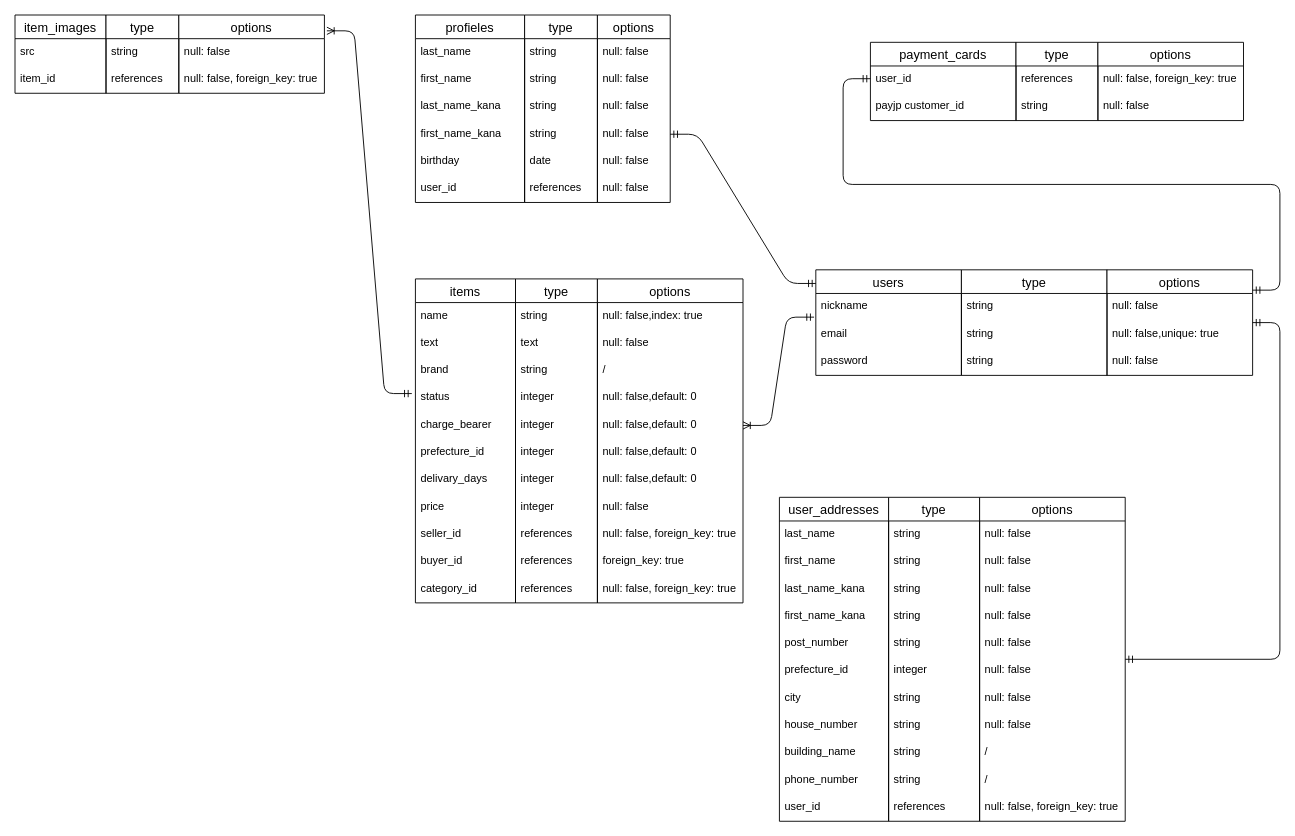
bakuchunin/furima-35792 keeps this draw.io diagram as ー/FURIMA-35792.dio. Above is the earlier version. Source tidied: cells renumbered, new cells numbered last; positions are measured from the earlier drawing's top-left corner, leaving out a move shared by most shapes. Both pictures are drawn from the tidied source at 91%, with x=0, y=0 at pixel (15, 15).
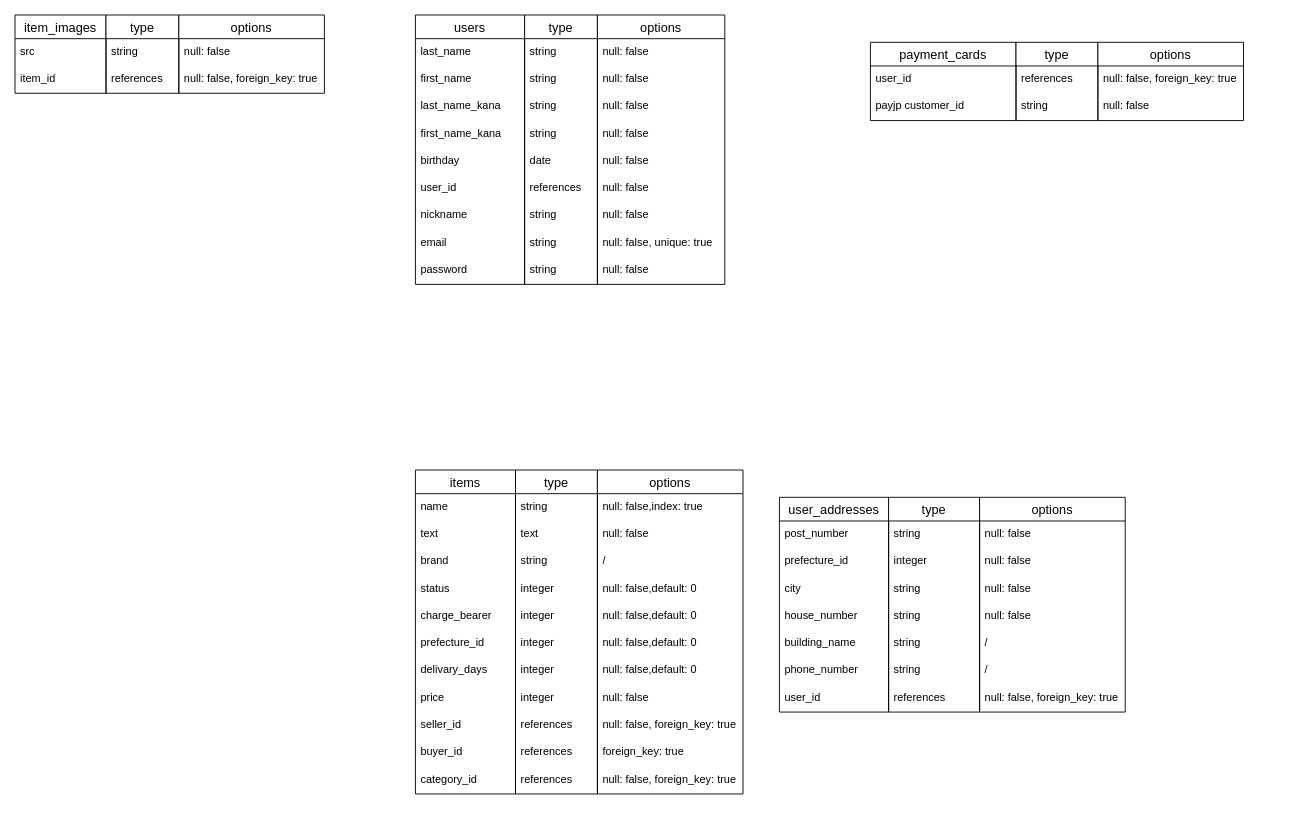
The same page after the edit.

The change refers to these unchanged cells:
```xml
<mxCell id="27" value="status" style="text;strokeColor=none;fillColor=none;spacingLeft=4;spacingRight=4;overflow=hidden;points=[[0,0.5],[1,0.5]];portConstraint=eastwest;fontSize=12;" parent="23" vertex="1">
  <mxGeometry y="116" width="110" height="30" as="geometry" />
</mxCell>
<mxCell id="52" value="null: false,default: 0" style="text;strokeColor=none;fillColor=none;spacingLeft=4;spacingRight=4;overflow=hidden;points=[[0,0.5],[1,0.5]];portConstraint=eastwest;fontSize=12;" parent="47" vertex="1">
  <mxGeometry y="146" width="160" height="30" as="geometry" />
</mxCell>
<mxCell id="115" value="options" style="swimlane;fontStyle=0;horizontal=1;startSize=26;align=center;fontSize=14;" parent="1" vertex="1">
  <mxGeometry x="180" width="160" height="86" as="geometry" />
</mxCell>
```

What changed in the source:
```diff
@@
-    <mxCell id="2" value="profieles" style="swimlane;fontStyle=0;horizontal=1;startSize=26;align=center;fontSize=14;" parent="1" vertex="1">
-      <mxGeometry x="440" width="120" height="206" as="geometry" />
+    <mxCell id="2" value="users" style="swimlane;fontStyle=0;horizontal=1;startSize=26;align=center;fontSize=14;" parent="1" vertex="1">
+      <mxGeometry x="440" width="120" height="296" as="geometry" />
     </mxCell>
@@
+    <mxCell id="60" value="nickname" style="text;strokeColor=none;fillColor=none;spacingLeft=4;spacingRight=4;overflow=hidden;points=[[0,0.5],[1,0.5]];portConstraint=eastwest;fontSize=12;" parent="2" vertex="1">
+      <mxGeometry y="206" width="120" height="30" as="geometry" />
+    </mxCell>
+    <mxCell id="61" value="email" style="text;strokeColor=none;fillColor=none;spacingLeft=4;spacingRight=4;overflow=hidden;fontSize=12;" parent="2" vertex="1">
+      <mxGeometry y="236" width="120" height="30" as="geometry" />
+    </mxCell>
+    <mxCell id="62" value="password" style="text;strokeColor=none;fillColor=none;spacingLeft=4;spacingRight=4;overflow=hidden;fontSize=12;" parent="2" vertex="1">
+      <mxGeometry y="266" width="120" height="30" as="geometry" />
+    </mxCell>
     <mxCell id="9" value="type" style="swimlane;fontStyle=0;horizontal=1;startSize=26;align=center;fontSize=14;" parent="1" vertex="1">
-      <mxGeometry x="560" width="80" height="206" as="geometry" />
+      <mxGeometry x="560" width="80" height="296" as="geometry" />
     </mxCell>
@@
+    <mxCell id="130" value="string" style="text;strokeColor=none;fillColor=none;spacingLeft=4;spacingRight=4;overflow=hidden;fontSize=12;" parent="9" vertex="1">
+      <mxGeometry y="206" width="80" height="30" as="geometry" />
+    </mxCell>
+    <mxCell id="131" value="string" style="text;strokeColor=none;fillColor=none;spacingLeft=4;spacingRight=4;overflow=hidden;fontSize=12;" parent="9" vertex="1">
+      <mxGeometry y="236" width="80" height="30" as="geometry" />
+    </mxCell>
+    <mxCell id="132" value="string" style="text;strokeColor=none;fillColor=none;spacingLeft=4;spacingRight=4;overflow=hidden;fontSize=12;" parent="9" vertex="1">
+      <mxGeometry y="266" width="80" height="30" as="geometry" />
+    </mxCell>
     <mxCell id="16" value="options" style="swimlane;fontStyle=0;horizontal=1;startSize=26;align=center;fontSize=14;" parent="1" vertex="1">
-      <mxGeometry x="640" width="80" height="206" as="geometry" />
+      <mxGeometry x="640" width="140" height="296" as="geometry" />
     </mxCell>
     <mxCell id="17" value="null: false" style="text;strokeColor=none;fillColor=none;spacingLeft=4;spacingRight=4;overflow=hidden;fontSize=12;" parent="16" vertex="1">
-      <mxGeometry y="26" width="80" height="30" as="geometry" />
+      <mxGeometry y="26" width="140" height="30" as="geometry" />
     </mxCell>
     <mxCell id="18" value="null: false" style="text;strokeColor=none;fillColor=none;spacingLeft=4;spacingRight=4;overflow=hidden;fontSize=12;" parent="16" vertex="1">
-      <mxGeometry y="56" width="80" height="30" as="geometry" />
+      <mxGeometry y="56" width="140" height="30" as="geometry" />
     </mxCell>
     <mxCell id="19" value="null: false" style="text;strokeColor=none;fillColor=none;spacingLeft=4;spacingRight=4;overflow=hidden;fontSize=12;" parent="16" vertex="1">
-      <mxGeometry y="86" width="80" height="30" as="geometry" />
+      <mxGeometry y="86" width="140" height="30" as="geometry" />
     </mxCell>
     <mxCell id="20" value="null: false" style="text;strokeColor=none;fillColor=none;spacingLeft=4;spacingRight=4;overflow=hidden;points=[[0,0.5],[1,0.5]];portConstraint=eastwest;fontSize=12;" parent="16" vertex="1">
-      <mxGeometry y="116" width="80" height="30" as="geometry" />
+      <mxGeometry y="116" width="140" height="30" as="geometry" />
     </mxCell>
     <mxCell id="21" value="null: false" style="text;strokeColor=none;fillColor=none;spacingLeft=4;spacingRight=4;overflow=hidden;fontSize=12;" parent="16" vertex="1">
-      <mxGeometry y="146" width="80" height="30" as="geometry" />
+      <mxGeometry y="146" width="140" height="30" as="geometry" />
     </mxCell>
     <mxCell id="22" value="null: false" style="text;strokeColor=none;fillColor=none;spacingLeft=4;spacingRight=4;overflow=hidden;fontSize=12;" parent="16" vertex="1">
-      <mxGeometry y="176" width="80" height="30" as="geometry" />
+      <mxGeometry y="176" width="140" height="30" as="geometry" />
     </mxCell>
+    <mxCell id="133" value="null: false" style="text;strokeColor=none;fillColor=none;spacingLeft=4;spacingRight=4;overflow=hidden;fontSize=12;" parent="16" vertex="1">
+      <mxGeometry y="206" width="140" height="30" as="geometry" />
+    </mxCell>
+    <mxCell id="134" value="null: false, unique: true" style="text;strokeColor=none;fillColor=none;spacingLeft=4;spacingRight=4;overflow=hidden;fontSize=12;" parent="16" vertex="1">
+      <mxGeometry y="236" width="140" height="30" as="geometry" />
+    </mxCell>
+    <mxCell id="135" value="null: false" style="text;strokeColor=none;fillColor=none;spacingLeft=4;spacingRight=4;overflow=hidden;fontSize=12;" parent="16" vertex="1">
+      <mxGeometry y="266" width="140" height="30" as="geometry" />
+    </mxCell>
     <mxCell id="23" value="items" style="swimlane;fontStyle=0;horizontal=1;startSize=26;align=center;fontSize=14;" parent="1" vertex="1">
-      <mxGeometry x="440" y="290" width="110" height="356" as="geometry" />
+      <mxGeometry x="440" y="500" width="110" height="356" as="geometry" />
     </mxCell>
@@
     <mxCell id="35" value="type" style="swimlane;fontStyle=0;horizontal=1;startSize=26;align=center;fontSize=14;" parent="1" vertex="1">
-      <mxGeometry x="550" y="290" width="90" height="356" as="geometry" />
+      <mxGeometry x="550" y="500" width="90" height="356" as="geometry" />
     </mxCell>
@@
     <mxCell id="47" value="options" style="swimlane;fontStyle=0;horizontal=1;startSize=26;align=center;fontSize=14;" parent="1" vertex="1">
-      <mxGeometry x="640" y="290" width="160" height="356" as="geometry" />
+      <mxGeometry x="640" y="500" width="160" height="356" as="geometry" />
     </mxCell>
@@
-    <mxCell id="59" value="users" style="swimlane;fontStyle=0;horizontal=1;startSize=26;align=center;fontSize=14;" parent="1" vertex="1">
-      <mxGeometry x="880" y="280" width="160" height="116" as="geometry" />
-    </mxCell>
-    <mxCell id="60" value="nickname" style="text;strokeColor=none;fillColor=none;spacingLeft=4;spacingRight=4;overflow=hidden;points=[[0,0.5],[1,0.5]];portConstraint=eastwest;fontSize=12;" parent="59" vertex="1">
-      <mxGeometry y="26" width="160" height="30" as="geometry" />
-    </mxCell>
-    <mxCell id="61" value="email" style="text;strokeColor=none;fillColor=none;spacingLeft=4;spacingRight=4;overflow=hidden;fontSize=12;" parent="59" vertex="1">
-      <mxGeometry y="56" width="160" height="30" as="geometry" />
-    </mxCell>
-    <mxCell id="62" value="password" style="text;strokeColor=none;fillColor=none;spacingLeft=4;spacingRight=4;overflow=hidden;fontSize=12;" parent="59" vertex="1">
-      <mxGeometry y="86" width="160" height="30" as="geometry" />
-    </mxCell>
-    <mxCell id="63" value="type" style="swimlane;fontStyle=0;horizontal=1;startSize=26;align=center;fontSize=14;" parent="1" vertex="1">
-      <mxGeometry x="1040" y="280" width="160" height="116" as="geometry" />
-    </mxCell>
-    <mxCell id="64" value="string" style="text;strokeColor=none;fillColor=none;spacingLeft=4;spacingRight=4;overflow=hidden;fontSize=12;" parent="63" vertex="1">
-      <mxGeometry y="26" width="160" height="30" as="geometry" />
-    </mxCell>
-    <mxCell id="65" value="string" style="text;strokeColor=none;fillColor=none;spacingLeft=4;spacingRight=4;overflow=hidden;fontSize=12;" parent="63" vertex="1">
-      <mxGeometry y="56" width="160" height="30" as="geometry" />
-    </mxCell>
-    <mxCell id="66" value="string" style="text;strokeColor=none;fillColor=none;spacingLeft=4;spacingRight=4;overflow=hidden;fontSize=12;" parent="63" vertex="1">
-      <mxGeometry y="86" width="160" height="30" as="geometry" />
-    </mxCell>
-    <mxCell id="67" value="options" style="swimlane;fontStyle=0;horizontal=1;startSize=26;align=center;fontSize=14;" parent="1" vertex="1">
-      <mxGeometry x="1200" y="280" width="160" height="116" as="geometry" />
-    </mxCell>
-    <mxCell id="68" value="null: false" style="text;strokeColor=none;fillColor=none;spacingLeft=4;spacingRight=4;overflow=hidden;points=[[0,0.5],[1,0.5]];portConstraint=eastwest;fontSize=12;" parent="67" vertex="1">
-      <mxGeometry y="26" width="160" height="30" as="geometry" />
-    </mxCell>
-    <mxCell id="69" value="null: false,unique: true" style="text;strokeColor=none;fillColor=none;spacingLeft=4;spacingRight=4;overflow=hidden;fontSize=12;" parent="67" vertex="1">
-      <mxGeometry y="56" width="160" height="30" as="geometry" />
-    </mxCell>
-    <mxCell id="70" value="null: false" style="text;strokeColor=none;fillColor=none;spacingLeft=4;spacingRight=4;overflow=hidden;fontSize=12;" parent="67" vertex="1">
-      <mxGeometry y="86" width="160" height="30" as="geometry" />
-    </mxCell>
     <mxCell id="71" value="user_addresses" style="swimlane;fontStyle=0;horizontal=1;startSize=26;align=center;fontSize=14;" parent="1" vertex="1">
-      <mxGeometry x="840" y="530" width="120" height="356" as="geometry" />
+      <mxGeometry x="840" y="530" width="120" height="236" as="geometry" />
     </mxCell>
-    <mxCell id="72" value="last_name" style="text;strokeColor=none;fillColor=none;spacingLeft=4;spacingRight=4;overflow=hidden;fontSize=12;" parent="71" vertex="1">
-      <mxGeometry y="26" width="120" height="30" as="geometry" />
-    </mxCell>
-    <mxCell id="73" value="first_name" style="text;strokeColor=none;fillColor=none;spacingLeft=4;spacingRight=4;overflow=hidden;fontSize=12;" parent="71" vertex="1">
-      <mxGeometry y="56" width="120" height="30" as="geometry" />
-    </mxCell>
-    <mxCell id="74" value="last_name_kana" style="text;strokeColor=none;fillColor=none;spacingLeft=4;spacingRight=4;overflow=hidden;fontSize=12;" parent="71" vertex="1">
-      <mxGeometry y="86" width="120" height="30" as="geometry" />
-    </mxCell>
-    <mxCell id="75" value="first_name_kana" style="text;strokeColor=none;fillColor=none;spacingLeft=4;spacingRight=4;overflow=hidden;fontSize=12;" parent="71" vertex="1">
-      <mxGeometry y="116" width="120" height="30" as="geometry" />
-    </mxCell>
     <mxCell id="76" value="post_number" style="text;strokeColor=none;fillColor=none;spacingLeft=4;spacingRight=4;overflow=hidden;fontSize=12;" parent="71" vertex="1">
-      <mxGeometry y="146" width="120" height="30" as="geometry" />
+      <mxGeometry y="26" width="120" height="30" as="geometry" />
     </mxCell>
     <mxCell id="77" value="prefecture_id" style="text;strokeColor=none;fillColor=none;spacingLeft=4;spacingRight=4;overflow=hidden;fontSize=12;" parent="71" vertex="1">
-      <mxGeometry y="176" width="120" height="30" as="geometry" />
+      <mxGeometry y="56" width="120" height="30" as="geometry" />
     </mxCell>
     <mxCell id="78" value="city" style="text;strokeColor=none;fillColor=none;spacingLeft=4;spacingRight=4;overflow=hidden;fontSize=12;" parent="71" vertex="1">
-      <mxGeometry y="206" width="120" height="30" as="geometry" />
+      <mxGeometry y="86" width="120" height="30" as="geometry" />
     </mxCell>
     <mxCell id="79" value="house_number" style="text;strokeColor=none;fillColor=none;spacingLeft=4;spacingRight=4;overflow=hidden;fontSize=12;" parent="71" vertex="1">
-      <mxGeometry y="236" width="120" height="30" as="geometry" />
+      <mxGeometry y="116" width="120" height="30" as="geometry" />
     </mxCell>
     <mxCell id="80" value="building_name" style="text;strokeColor=none;fillColor=none;spacingLeft=4;spacingRight=4;overflow=hidden;fontSize=12;" parent="71" vertex="1">
-      <mxGeometry y="266" width="120" height="30" as="geometry" />
+      <mxGeometry y="146" width="120" height="30" as="geometry" />
     </mxCell>
     <mxCell id="81" value="phone_number" style="text;strokeColor=none;fillColor=none;spacingLeft=4;spacingRight=4;overflow=hidden;fontSize=12;" parent="71" vertex="1">
-      <mxGeometry y="296" width="120" height="30" as="geometry" />
+      <mxGeometry y="176" width="120" height="30" as="geometry" />
     </mxCell>
     <mxCell id="82" value="user_id" style="text;strokeColor=none;fillColor=none;spacingLeft=4;spacingRight=4;overflow=hidden;fontSize=12;" parent="71" vertex="1">
-      <mxGeometry y="326" width="120" height="30" as="geometry" />
+      <mxGeometry y="206" width="120" height="30" as="geometry" />
     </mxCell>
     <mxCell id="83" value="type" style="swimlane;fontStyle=0;horizontal=1;startSize=26;align=center;fontSize=14;" parent="1" vertex="1">
-      <mxGeometry x="960" y="530" width="100" height="356" as="geometry" />
+      <mxGeometry x="960" y="530" width="100" height="236" as="geometry" />
     </mxCell>
-    <mxCell id="84" value="string" style="text;strokeColor=none;fillColor=none;spacingLeft=4;spacingRight=4;overflow=hidden;fontSize=12;" parent="83" vertex="1">
-      <mxGeometry y="26" width="100" height="30" as="geometry" />
-    </mxCell>
-    <mxCell id="85" value="string" style="text;strokeColor=none;fillColor=none;spacingLeft=4;spacingRight=4;overflow=hidden;fontSize=12;" parent="83" vertex="1">
-      <mxGeometry y="56" width="100" height="30" as="geometry" />
-    </mxCell>
-    <mxCell id="86" value="string" style="text;strokeColor=none;fillColor=none;spacingLeft=4;spacingRight=4;overflow=hidden;fontSize=12;" parent="83" vertex="1">
-      <mxGeometry y="86" width="100" height="30" as="geometry" />
-    </mxCell>
-    <mxCell id="87" value="string" style="text;strokeColor=none;fillColor=none;spacingLeft=4;spacingRight=4;overflow=hidden;fontSize=12;" parent="83" vertex="1">
-      <mxGeometry y="116" width="100" height="30" as="geometry" />
-    </mxCell>
     <mxCell id="88" value="string" style="text;strokeColor=none;fillColor=none;spacingLeft=4;spacingRight=4;overflow=hidden;fontSize=12;" parent="83" vertex="1">
-      <mxGeometry y="146" width="100" height="30" as="geometry" />
+      <mxGeometry y="26" width="100" height="30" as="geometry" />
     </mxCell>
     <mxCell id="89" value="integer" style="text;strokeColor=none;fillColor=none;spacingLeft=4;spacingRight=4;overflow=hidden;fontSize=12;" parent="83" vertex="1">
-      <mxGeometry y="176" width="100" height="30" as="geometry" />
+      <mxGeometry y="56" width="100" height="30" as="geometry" />
     </mxCell>
     <mxCell id="90" value="string" style="text;strokeColor=none;fillColor=none;spacingLeft=4;spacingRight=4;overflow=hidden;fontSize=12;" parent="83" vertex="1">
-      <mxGeometry y="206" width="100" height="30" as="geometry" />
+      <mxGeometry y="86" width="100" height="30" as="geometry" />
     </mxCell>
     <mxCell id="91" value="string" style="text;strokeColor=none;fillColor=none;spacingLeft=4;spacingRight=4;overflow=hidden;fontSize=12;" parent="83" vertex="1">
-      <mxGeometry y="236" width="100" height="30" as="geometry" />
+      <mxGeometry y="116" width="100" height="30" as="geometry" />
     </mxCell>
     <mxCell id="92" value="string" style="text;strokeColor=none;fillColor=none;spacingLeft=4;spacingRight=4;overflow=hidden;fontSize=12;" parent="83" vertex="1">
-      <mxGeometry y="266" width="100" height="30" as="geometry" />
+      <mxGeometry y="146" width="100" height="30" as="geometry" />
     </mxCell>
     <mxCell id="93" value="string" style="text;strokeColor=none;fillColor=none;spacingLeft=4;spacingRight=4;overflow=hidden;fontSize=12;" parent="83" vertex="1">
-      <mxGeometry y="296" width="100" height="30" as="geometry" />
+      <mxGeometry y="176" width="100" height="30" as="geometry" />
     </mxCell>
     <mxCell id="94" value="references" style="text;strokeColor=none;fillColor=none;spacingLeft=4;spacingRight=4;overflow=hidden;fontSize=12;" parent="83" vertex="1">
-      <mxGeometry y="326" width="100" height="30" as="geometry" />
+      <mxGeometry y="206" width="100" height="30" as="geometry" />
     </mxCell>
     <mxCell id="95" value="options" style="swimlane;fontStyle=0;horizontal=1;startSize=26;align=center;fontSize=14;" parent="1" vertex="1">
-      <mxGeometry x="1060" y="530" width="160" height="356" as="geometry" />
+      <mxGeometry x="1060" y="530" width="160" height="236" as="geometry" />
     </mxCell>
-    <mxCell id="96" value="null: false" style="text;strokeColor=none;fillColor=none;spacingLeft=4;spacingRight=4;overflow=hidden;fontSize=12;" parent="95" vertex="1">
-      <mxGeometry y="26" width="160" height="30" as="geometry" />
-    </mxCell>
-    <mxCell id="97" value="null: false" style="text;strokeColor=none;fillColor=none;spacingLeft=4;spacingRight=4;overflow=hidden;fontSize=12;" parent="95" vertex="1">
-      <mxGeometry y="56" width="160" height="30" as="geometry" />
-    </mxCell>
-    <mxCell id="98" value="null: false" style="text;strokeColor=none;fillColor=none;spacingLeft=4;spacingRight=4;overflow=hidden;fontSize=12;" parent="95" vertex="1">
-      <mxGeometry y="86" width="160" height="30" as="geometry" />
-    </mxCell>
-    <mxCell id="99" value="null: false" style="text;strokeColor=none;fillColor=none;spacingLeft=4;spacingRight=4;overflow=hidden;fontSize=12;" parent="95" vertex="1">
-      <mxGeometry y="116" width="160" height="30" as="geometry" />
-    </mxCell>
     <mxCell id="100" value="null: false" style="text;strokeColor=none;fillColor=none;spacingLeft=4;spacingRight=4;overflow=hidden;fontSize=12;" parent="95" vertex="1">
-      <mxGeometry y="146" width="160" height="30" as="geometry" />
+      <mxGeometry y="26" width="160" height="30" as="geometry" />
     </mxCell>
     <mxCell id="101" value="null: false" style="text;strokeColor=none;fillColor=none;spacingLeft=4;spacingRight=4;overflow=hidden;fontSize=12;" parent="95" vertex="1">
-      <mxGeometry y="176" width="160" height="30" as="geometry" />
+      <mxGeometry y="56" width="160" height="30" as="geometry" />
     </mxCell>
     <mxCell id="102" value="null: false" style="text;strokeColor=none;fillColor=none;spacingLeft=4;spacingRight=4;overflow=hidden;fontSize=12;" parent="95" vertex="1">
-      <mxGeometry y="206" width="160" height="30" as="geometry" />
+      <mxGeometry y="86" width="160" height="30" as="geometry" />
     </mxCell>
     <mxCell id="103" value="null: false" style="text;strokeColor=none;fillColor=none;spacingLeft=4;spacingRight=4;overflow=hidden;fontSize=12;" parent="95" vertex="1">
-      <mxGeometry y="236" width="160" height="30" as="geometry" />
+      <mxGeometry y="116" width="160" height="30" as="geometry" />
     </mxCell>
     <mxCell id="104" value="/" style="text;strokeColor=none;fillColor=none;spacingLeft=4;spacingRight=4;overflow=hidden;fontSize=12;" parent="95" vertex="1">
-      <mxGeometry y="266" width="160" height="30" as="geometry" />
+      <mxGeometry y="146" width="160" height="30" as="geometry" />
     </mxCell>
     <mxCell id="105" value="/" style="text;strokeColor=none;fillColor=none;spacingLeft=4;spacingRight=4;overflow=hidden;fontSize=12;" parent="95" vertex="1">
-      <mxGeometry y="296" width="160" height="30" as="geometry" />
+      <mxGeometry y="176" width="160" height="30" as="geometry" />
     </mxCell>
     <mxCell id="106" value="null: false, foreign_key: true" style="text;strokeColor=none;fillColor=none;spacingLeft=4;spacingRight=4;overflow=hidden;fontSize=12;" parent="95" vertex="1">
-      <mxGeometry y="326" width="160" height="30" as="geometry" />
+      <mxGeometry y="206" width="160" height="30" as="geometry" />
     </mxCell>
-    <mxCell id="107" style="edgeStyle=entityRelationEdgeStyle;fontSize=12;html=1;endArrow=ERmandOne;startArrow=ERmandOne;exitX=1;exitY=0.5;exitDx=0;exitDy=0;" parent="1" edge="1" source="20">
-      <mxGeometry relative="1" as="geometry">
-        <mxPoint x="880" y="295" as="targetPoint" />
-      </mxGeometry>
-    </mxCell>
@@
-    <mxCell id="111" style="edgeStyle=entityRelationEdgeStyle;fontSize=12;html=1;endArrow=ERoneToMany;startArrow=ERmandOne;entryX=1;entryY=0.5;entryDx=0;entryDy=0;exitX=-0.012;exitY=0.867;exitDx=0;exitDy=0;exitPerimeter=0;" parent="1" edge="1" source="60" target="52">
-      <mxGeometry relative="1" as="geometry" />
-    </mxCell>
@@
-    <mxCell id="118" style="edgeStyle=entityRelationEdgeStyle;fontSize=12;html=1;endArrow=ERmandOne;startArrow=ERmandOne;" parent="1" edge="1" source="95" target="67">
-      <mxGeometry relative="1" as="geometry" />
-    </mxCell>
-    <mxCell id="119" style="edgeStyle=entityRelationEdgeStyle;fontSize=12;html=1;endArrow=ERoneToMany;startArrow=ERmandOne;entryX=1.017;entryY=0.202;entryDx=0;entryDy=0;entryPerimeter=0;exitX=-0.036;exitY=0.333;exitDx=0;exitDy=0;exitPerimeter=0;" parent="1" edge="1" source="27" target="115">
-      <mxGeometry relative="1" as="geometry" />
-    </mxCell>
@@
-    <mxCell id="129" style="edgeStyle=entityRelationEdgeStyle;fontSize=12;html=1;endArrow=ERmandOne;startArrow=ERmandOne;exitX=1;exitY=-0.122;exitDx=0;exitDy=0;exitPerimeter=0;" parent="1" edge="1" source="68">
-      <mxGeometry relative="1" as="geometry">
-        <mxPoint x="940" y="70" as="targetPoint" />
-      </mxGeometry>
-    </mxCell>
```
